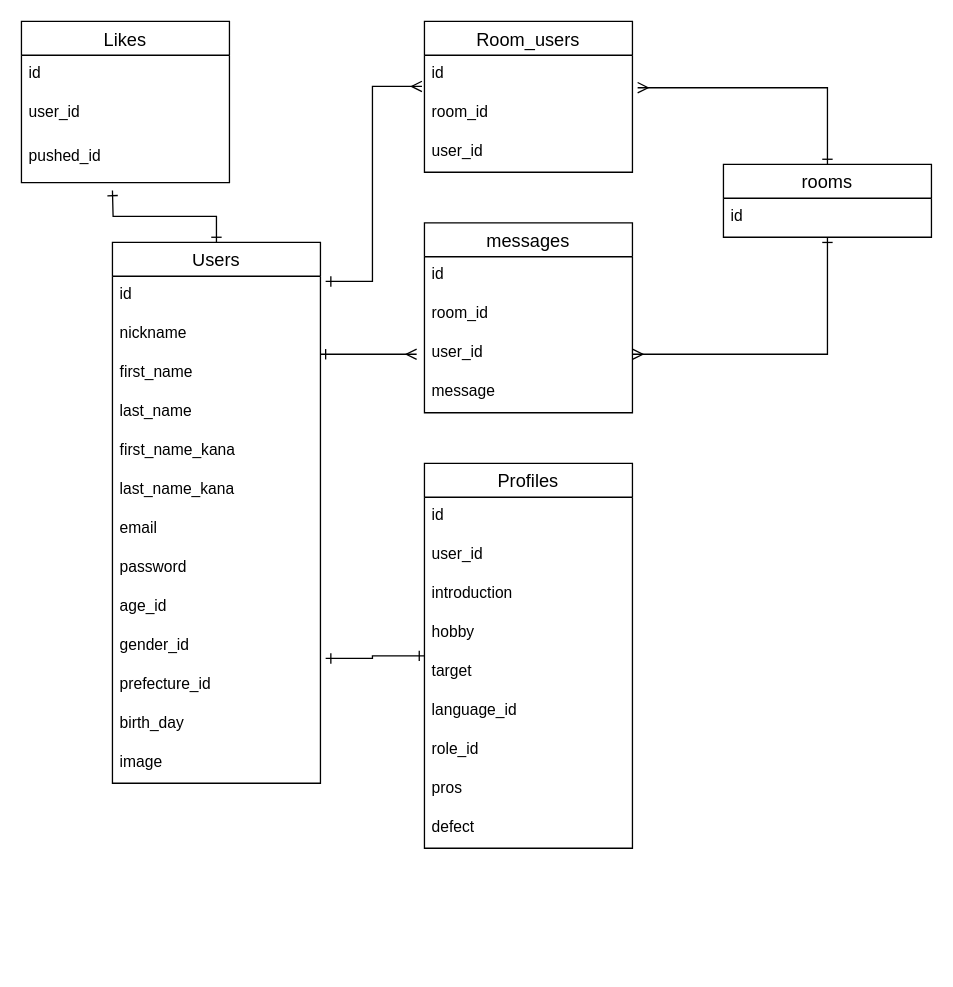
Earlier version of the draw.io diagram ER図.dio (kiiii8r/e_matching_app). Source tidied: cells renumbered, new cells numbered last; positions are measured from the earlier drawing's top-left corner, leaving out a move shared by most shapes. Both pictures are drawn from the tidied source at 130%, with x=0, y=0 at pixel (21, 21).
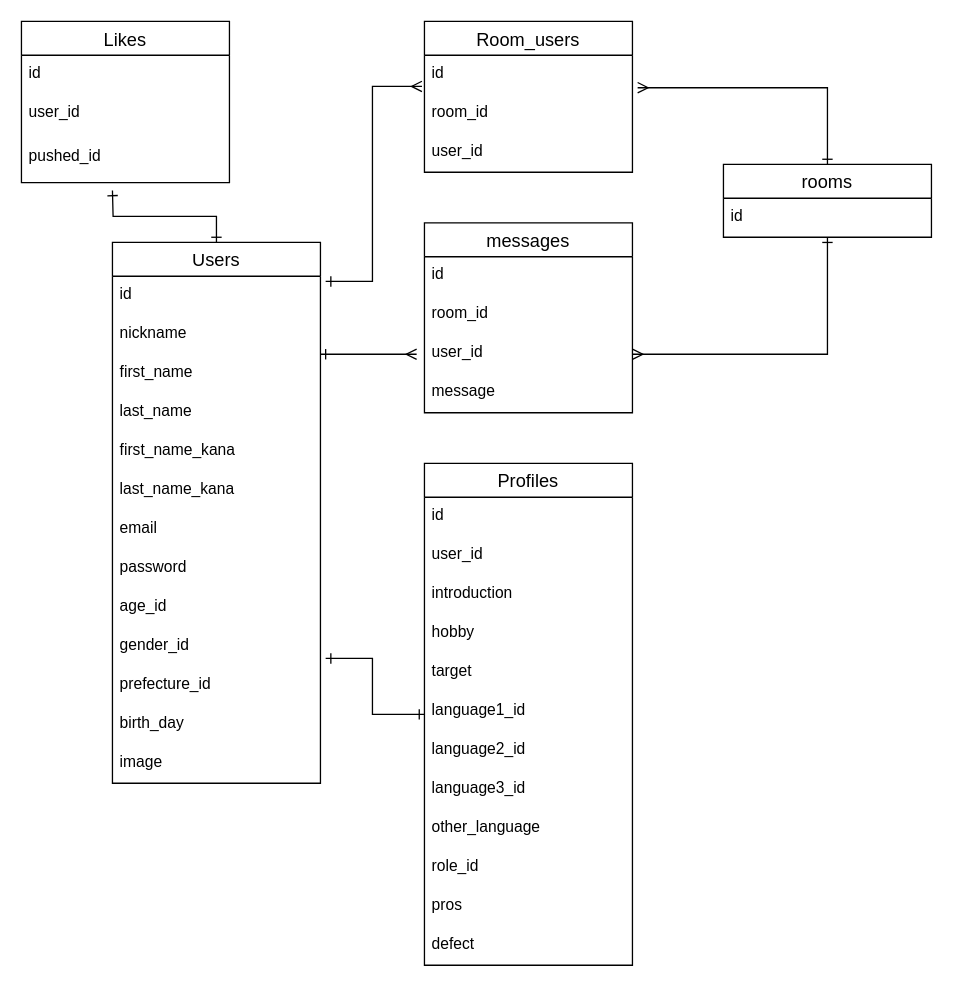
Above is the later version.

The edit, as a diff of the source:
```diff
@@
     <mxCell id="37" value="Profiles" style="swimlane;fontStyle=0;horizontal=1;startSize=26;align=center;fontSize=14;" parent="1" vertex="1">
-      <mxGeometry x="310" y="340" width="160" height="296" as="geometry" />
+      <mxGeometry x="310" y="340" width="160" height="386" as="geometry" />
     </mxCell>
@@
-    <mxCell id="43" value="language_id" style="text;strokeColor=none;fillColor=none;spacingLeft=4;spacingRight=4;overflow=hidden;fontSize=12;" parent="37" vertex="1">
+    <mxCell id="43" value="language1_id" style="text;strokeColor=none;fillColor=none;spacingLeft=4;spacingRight=4;overflow=hidden;fontSize=12;" parent="37" vertex="1">
       <mxGeometry y="176" width="160" height="30" as="geometry" />
     </mxCell>
+    <mxCell id="47" value="language2_id" style="text;strokeColor=none;fillColor=none;spacingLeft=4;spacingRight=4;overflow=hidden;fontSize=12;" parent="37" vertex="1">
+      <mxGeometry y="206" width="160" height="30" as="geometry" />
+    </mxCell>
+    <mxCell id="48" value="language3_id" style="text;strokeColor=none;fillColor=none;spacingLeft=4;spacingRight=4;overflow=hidden;fontSize=12;" parent="37" vertex="1">
+      <mxGeometry y="236" width="160" height="30" as="geometry" />
+    </mxCell>
+    <mxCell id="49" value="other_language" style="text;strokeColor=none;fillColor=none;spacingLeft=4;spacingRight=4;overflow=hidden;fontSize=12;" parent="37" vertex="1">
+      <mxGeometry y="266" width="160" height="30" as="geometry" />
+    </mxCell>
     <mxCell id="44" value="role_id" style="text;strokeColor=none;fillColor=none;spacingLeft=4;spacingRight=4;overflow=hidden;fontSize=12;" parent="37" vertex="1">
-      <mxGeometry y="206" width="160" height="30" as="geometry" />
+      <mxGeometry y="296" width="160" height="30" as="geometry" />
     </mxCell>
     <mxCell id="45" value="pros" style="text;strokeColor=none;fillColor=none;spacingLeft=4;spacingRight=4;overflow=hidden;fontSize=12;" parent="37" vertex="1">
-      <mxGeometry y="236" width="160" height="30" as="geometry" />
+      <mxGeometry y="326" width="160" height="30" as="geometry" />
     </mxCell>
     <mxCell id="46" value="defect" style="text;strokeColor=none;fillColor=none;spacingLeft=4;spacingRight=4;overflow=hidden;fontSize=12;" parent="37" vertex="1">
-      <mxGeometry y="266" width="160" height="30" as="geometry" />
+      <mxGeometry y="356" width="160" height="30" as="geometry" />
     </mxCell>
```
